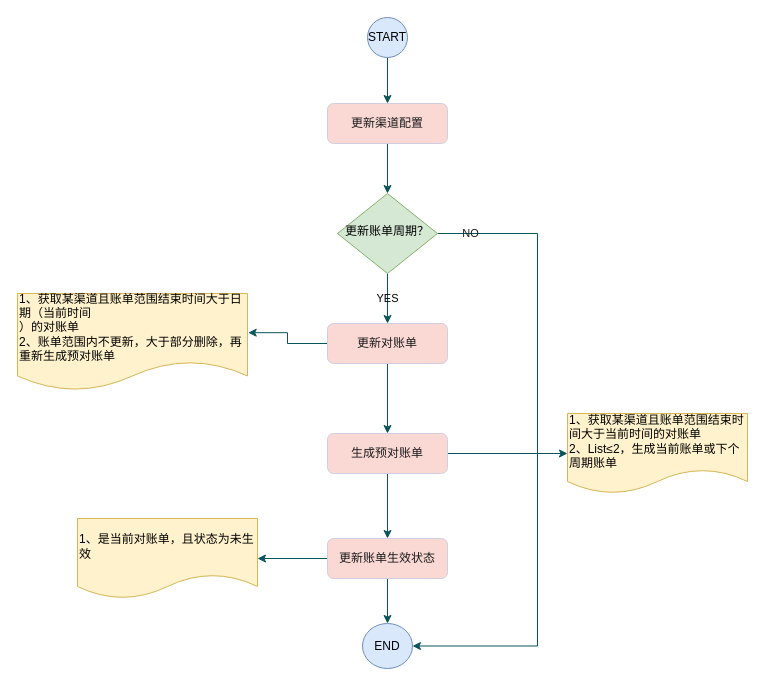
The draw.io diagram page "修改渠道账单周期" (6 of 6) of 渠道对账.drawio in unclequentin/diagrams, before the edit. Source tidied: cells renumbered, new cells numbered last; positions are measured from the earlier drawing's top-left corner, leaving out a move shared by most shapes. Both pictures are drawn from the tidied source at 100%, with x=0, y=0 at pixel (17, 17).
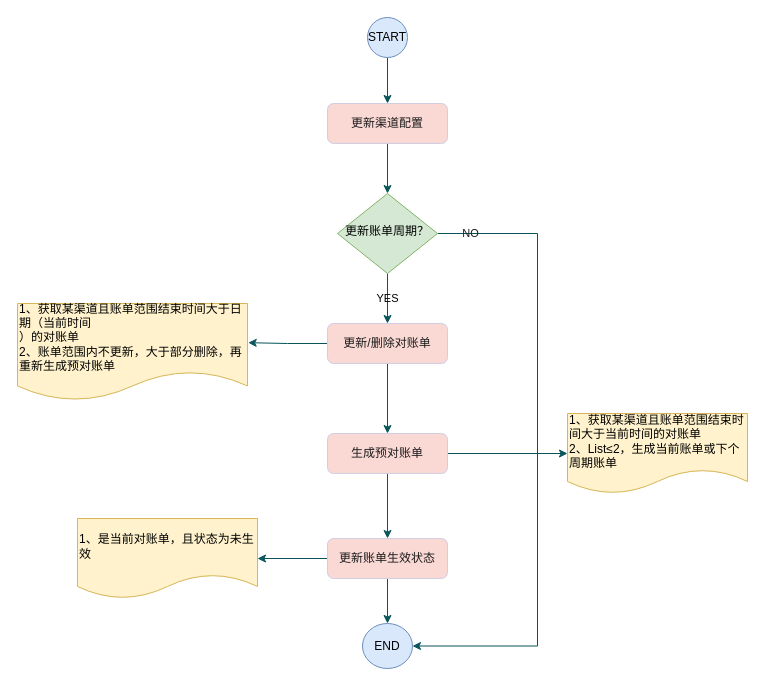
Above is the later version.

Commit message:
更新渠道对账.drawio

Diff of the diagram source:
```diff
@@
     <mxCell id="11" value="1、获取某渠道且账单范围结束时间大于日期（当前时间&lt;br&gt;）的对账单&lt;br style=&quot;border-color: var(--border-color);&quot;&gt;2、账单范围内不更新，大于部分删除，再重新生成预对账单" style="shape=document;whiteSpace=wrap;html=1;boundedLbl=1;labelBackgroundColor=none;fillColor=#fff2cc;strokeColor=#d6b656;align=left;" parent="1" vertex="1">
-      <mxGeometry y="276" width="230" height="97" as="geometry" />
+      <mxGeometry y="286" width="230" height="97" as="geometry" />
     </mxCell>
@@
-    <mxCell id="14" value="更新对账单" style="rounded=1;whiteSpace=wrap;html=1;fontSize=12;glass=0;strokeWidth=1;shadow=0;labelBackgroundColor=none;fillColor=#FAD9D5;strokeColor=#D0CEE2;fontColor=#1A1A1A;" parent="1" vertex="1">
+    <mxCell id="14" value="更新/删除对账单" style="rounded=1;whiteSpace=wrap;html=1;fontSize=12;glass=0;strokeWidth=1;shadow=0;labelBackgroundColor=none;fillColor=#FAD9D5;strokeColor=#D0CEE2;fontColor=#1A1A1A;" parent="1" vertex="1">
       <mxGeometry x="310" y="306" width="120" height="40" as="geometry" />
     </mxCell>
```
